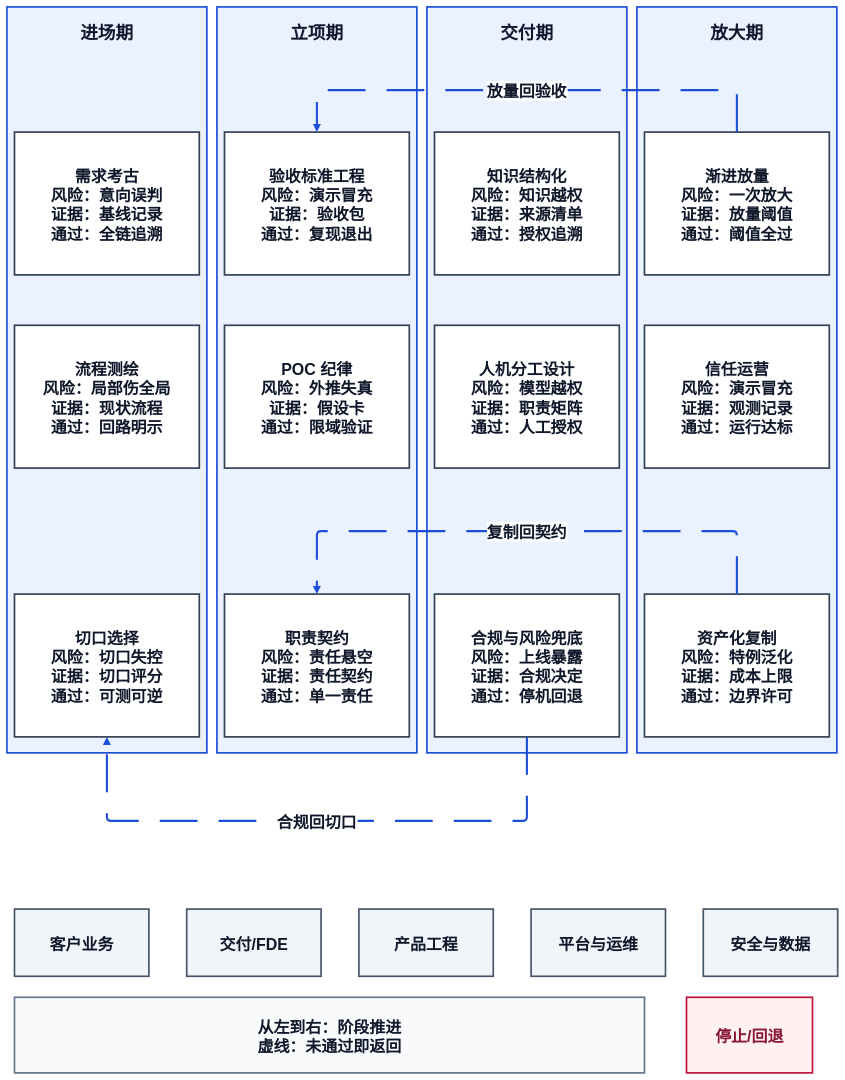
sealday/tego-arch keeps this draw.io diagram as diagrams/mth-07-fde-enterprise-ai-delivery-gates.drawio. Above is the earlier version. Source tidied: cells renumbered, new cells numbered last; positions are measured from the earlier drawing's top-left corner, leaving out a move shared by most shapes. Both pictures are drawn from the tidied source at 42%, with x=0, y=0 at pixel (7, 7).
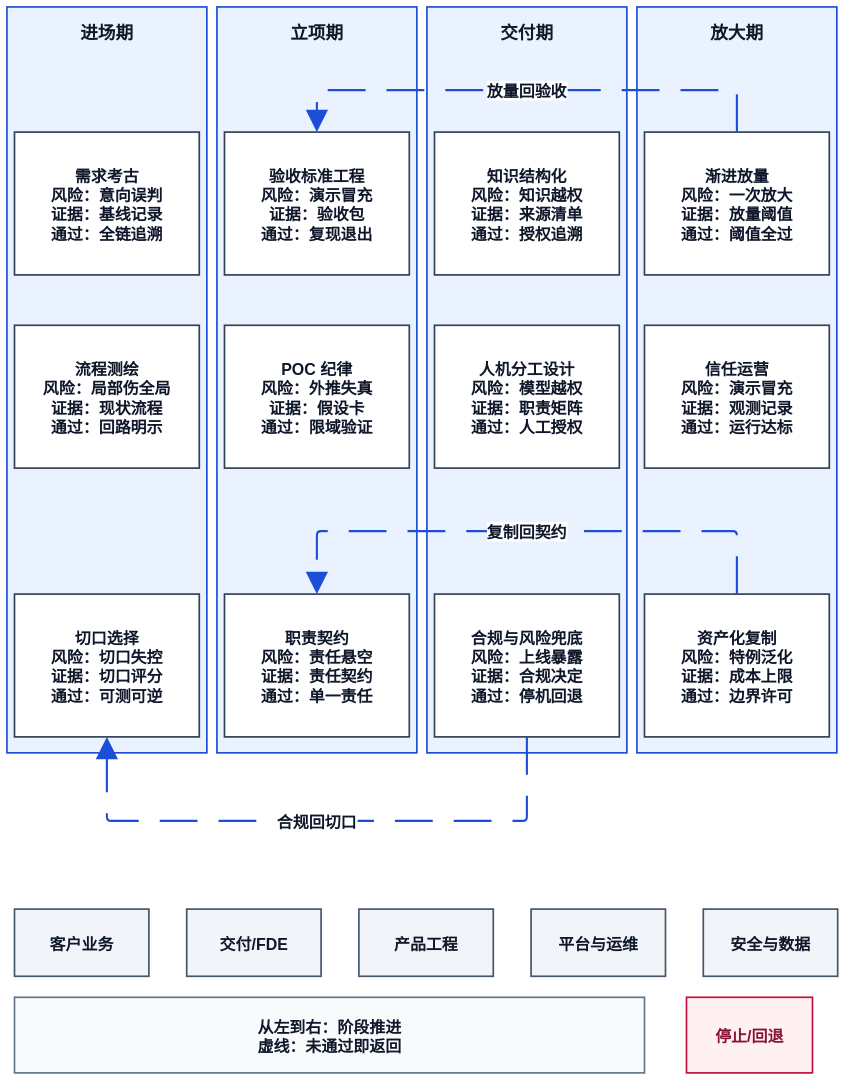
The same page after the edit.

The change refers to these unchanged cells:
```xml
<mxCell id="8" value="切口选择&#10;风险：切口失控&#10;证据：切口评分&#10;通过：可测可逆" style="fillColor=#FFFFFF;strokeColor=#334155;strokeWidth=4;fontColor=#0F172A;fontSize=38;fontFamily=Arial;fontStyle=1;align=center;" parent="1" vertex="1">
  <mxGeometry x="18" y="1398" width="440" height="340" as="geometry" />
</mxCell>
<mxCell id="9" value="验收标准工程&#10;风险：演示冒充&#10;证据：验收包&#10;通过：复现退出" style="fillColor=#FFFFFF;strokeColor=#334155;strokeWidth=4;fontColor=#0F172A;fontSize=38;fontFamily=Arial;fontStyle=1;align=center;" parent="1" vertex="1">
  <mxGeometry x="518" y="298" width="440" height="340" as="geometry" />
</mxCell>
<mxCell id="11" value="职责契约&#10;风险：责任悬空&#10;证据：责任契约&#10;通过：单一责任" style="fillColor=#FFFFFF;strokeColor=#334155;strokeWidth=4;fontColor=#0F172A;fontSize=38;fontFamily=Arial;fontStyle=1;align=center;" parent="1" vertex="1">
  <mxGeometry x="518" y="1398" width="440" height="340" as="geometry" />
</mxCell>
<mxCell id="14" value="合规与风险兜底&#10;风险：上线暴露&#10;证据：合规决定&#10;通过：停机回退" style="fillColor=#FFFFFF;strokeColor=#334155;strokeWidth=4;fontColor=#0F172A;fontSize=38;fontFamily=Arial;fontStyle=1;align=center;" parent="1" vertex="1">
  <mxGeometry x="1018" y="1398" width="440" height="340" as="geometry" />
</mxCell>
<mxCell id="15" value="渐进放量&#10;风险：一次放大&#10;证据：放量阈值&#10;通过：阈值全过" style="fillColor=#FFFFFF;strokeColor=#334155;strokeWidth=4;fontColor=#0F172A;fontSize=38;fontFamily=Arial;fontStyle=1;align=center;" parent="1" vertex="1">
  <mxGeometry x="1518" y="298" width="440" height="340" as="geometry" />
</mxCell>
<mxCell id="17" value="资产化复制&#10;风险：特例泛化&#10;证据：成本上限&#10;通过：边界许可" style="fillColor=#FFFFFF;strokeColor=#334155;strokeWidth=4;fontColor=#0F172A;fontSize=38;fontFamily=Arial;fontStyle=1;align=center;" parent="1" vertex="1">
  <mxGeometry x="1518" y="1398" width="440" height="340" as="geometry" />
</mxCell>
```

The edit, as a diff of the source:
```diff
@@
-    <mxCell id="25" value="放量回验收" style="strokeColor=#1D4ED8;strokeWidth=5;dashed=1;dashPattern=18 10;endArrow=block;endFill=1;fontColor=#0F172A;fontSize=38;fontFamily=Arial;fontStyle=1;align=center;exitX=0.5;exitY=0;exitPerimeter=1;entryX=0.5;entryY=0;entryPerimeter=1;" parent="1" edge="1" source="15" target="9">
+    <mxCell id="25" value="放量回验收" style="strokeColor=#1D4ED8;strokeWidth=5;dashed=1;dashPattern=18 10;endArrow=block;endFill=1;endSize=40;fontColor=#0F172A;fontSize=38;fontFamily=Arial;fontStyle=1;align=center;exitX=0.5;exitY=0;exitPerimeter=1;entryX=0.5;entryY=0;entryPerimeter=1;" parent="1" edge="1" source="15" target="9">
       <mxGeometry relative="1" as="geometry">
         <Array as="points">
           <mxPoint x="1738" y="198" />
           <mxPoint x="738" y="198" />
         </Array>
       </mxGeometry>
     </mxCell>
-    <mxCell id="26" value="合规回切口" style="strokeColor=#1D4ED8;strokeWidth=5;dashed=1;dashPattern=18 10;endArrow=block;endFill=1;fontColor=#0F172A;fontSize=38;fontFamily=Arial;fontStyle=1;align=center;exitX=0.5;exitY=1;exitPerimeter=1;entryX=0.5;entryY=1;entryPerimeter=1;" parent="1" edge="1" source="14" target="8">
+    <mxCell id="26" value="合规回切口" style="strokeColor=#1D4ED8;strokeWidth=5;dashed=1;dashPattern=18 10;endArrow=block;endFill=1;endSize=40;fontColor=#0F172A;fontSize=38;fontFamily=Arial;fontStyle=1;align=center;exitX=0.5;exitY=1;exitPerimeter=1;entryX=0.5;entryY=1;entryPerimeter=1;" parent="1" edge="1" source="14" target="8">
       <mxGeometry relative="1" as="geometry">
         <Array as="points">
           <mxPoint x="1238" y="1938" />
           <mxPoint x="238" y="1938" />
         </Array>
       </mxGeometry>
     </mxCell>
-    <mxCell id="27" value="复制回契约" style="strokeColor=#1D4ED8;strokeWidth=5;dashed=1;dashPattern=18 10;endArrow=block;endFill=1;fontColor=#0F172A;fontSize=38;fontFamily=Arial;fontStyle=1;align=center;exitX=0.5;exitY=0;exitPerimeter=1;entryX=0.5;entryY=0;entryPerimeter=1;" parent="1" edge="1" source="17" target="11">
+    <mxCell id="27" value="复制回契约" style="strokeColor=#1D4ED8;strokeWidth=5;dashed=1;dashPattern=18 10;endArrow=block;endFill=1;endSize=40;fontColor=#0F172A;fontSize=38;fontFamily=Arial;fontStyle=1;align=center;exitX=0.5;exitY=0;exitPerimeter=1;entryX=0.5;entryY=0;entryPerimeter=1;" parent="1" edge="1" source="17" target="11">
       <mxGeometry relative="1" as="geometry">
         <Array as="points">
           <mxPoint x="1738" y="1248" />
           <mxPoint x="738" y="1248" />
         </Array>
       </mxGeometry>
     </mxCell>
```
